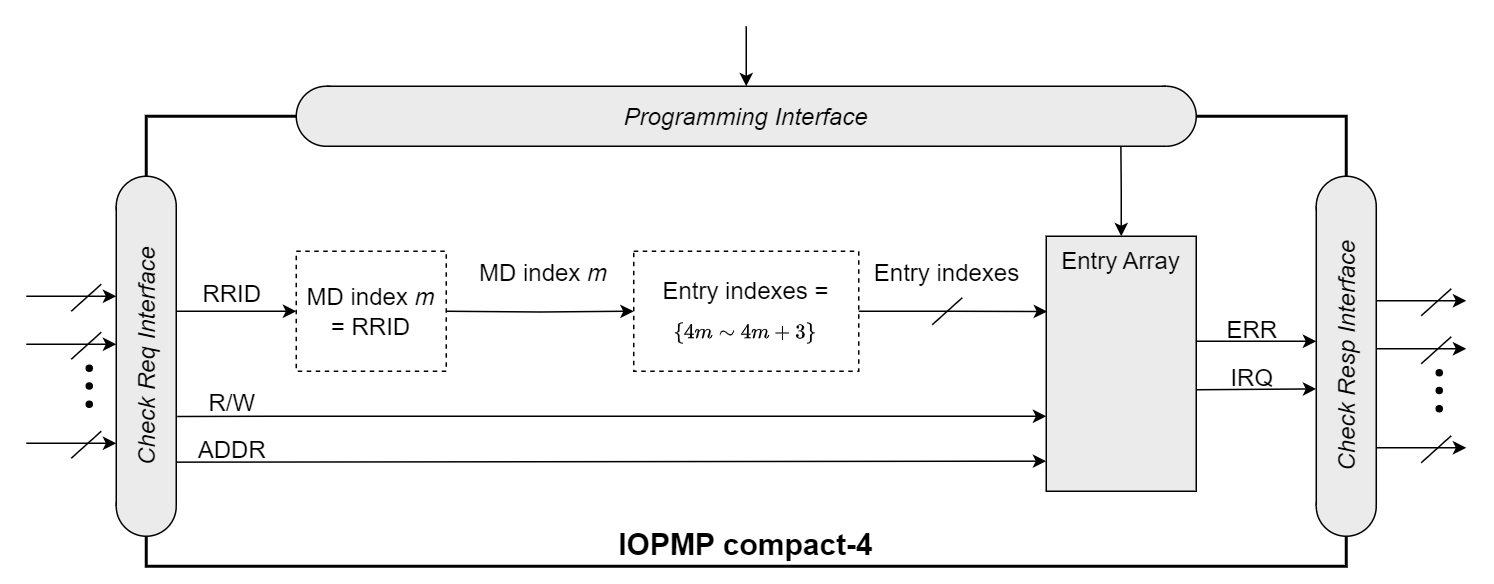
Earlier version of the draw.io export images/iopmp_unit_block_diagram_compact_4.png (riscv-non-isa/iopmp-spec). Source tidied: cells renumbered, new cells last; positions are measured from the earlier drawing's top-left corner, leaving out a move shared by most shapes.
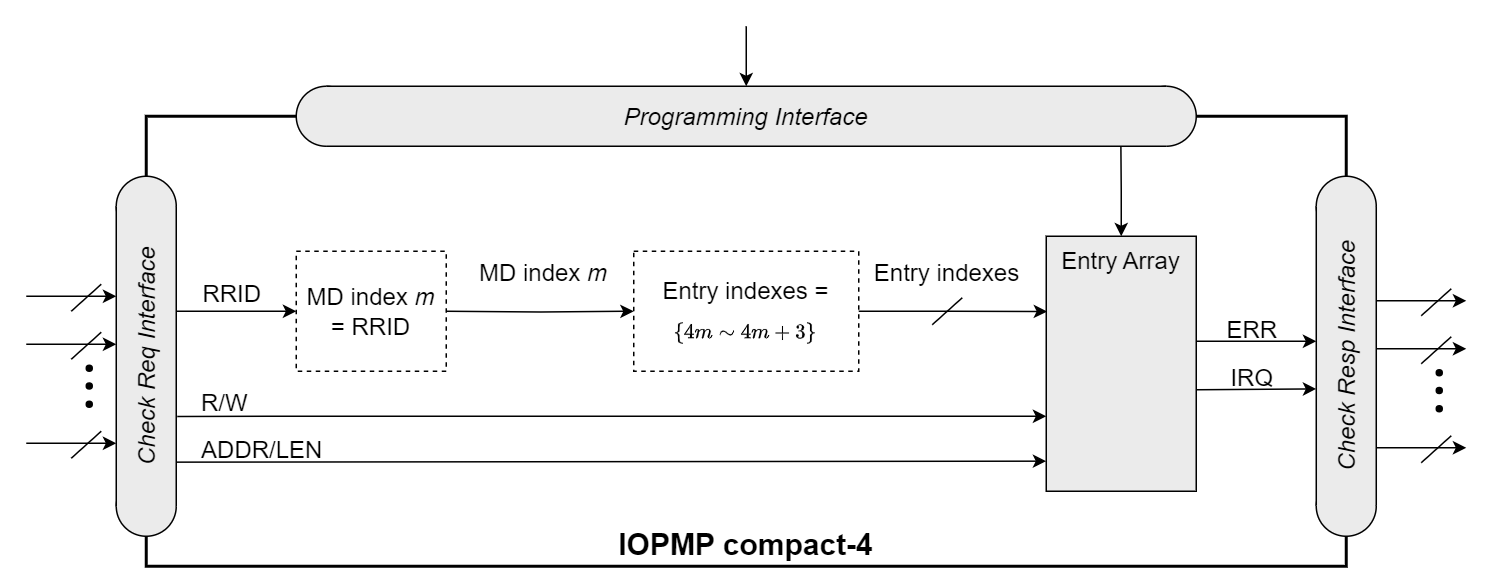
Later version of the same file.

Change to the diagram source:
```diff
@@ -172,11 +172,8 @@
       <mxGeometry x="127" y="162" width="60" height="28" as="geometry" />
     </mxCell>
     <mxCell id="41" value="&lt;font style=&quot;font-weight: normal; font-size: 16px;&quot;&gt;R/W&lt;/font&gt;" style="text;strokeColor=none;fillColor=none;html=1;fontSize=24;fontStyle=1;verticalAlign=middle;align=center;" parent="1" vertex="1">
-      <mxGeometry x="132" y="237.8" width="50" height="22" as="geometry" />
+      <mxGeometry x="127" y="237.8" width="50" height="22" as="geometry" />
     </mxCell>
-    <mxCell id="42" value="&lt;font style=&quot;font-weight: normal; font-size: 16px;&quot;&gt;ADDR&lt;/font&gt;" style="text;strokeColor=none;fillColor=none;html=1;fontSize=24;fontStyle=1;verticalAlign=middle;align=center;" parent="1" vertex="1">
-      <mxGeometry x="127" y="270" width="60" height="20" as="geometry" />
-    </mxCell>
     <mxCell id="43" value="&lt;font style=&quot;font-weight: normal; font-size: 16px;&quot;&gt;ERR&lt;/font&gt;" style="text;strokeColor=none;fillColor=none;html=1;fontSize=24;fontStyle=1;verticalAlign=middle;align=center;" parent="1" vertex="1">
       <mxGeometry x="807" y="190" width="60" height="20" as="geometry" />
     </mxCell>
@@ -201,5 +198,8 @@
     <mxCell id="49" value="&lt;font style=&quot;font-size: 16px;&quot;&gt;MD index &lt;i&gt;m &lt;/i&gt;= RRID&lt;/font&gt;" style="rounded=0;whiteSpace=wrap;html=1;verticalAlign=middle;dashed=1;" parent="1" vertex="1">
       <mxGeometry x="200" y="150" width="100" height="80" as="geometry" />
     </mxCell>
+    <mxCell id="50" value="&lt;font style=&quot;font-weight: normal; font-size: 16px;&quot;&gt;ADDR/LEN&lt;/font&gt;" style="text;strokeColor=none;fillColor=none;html=1;fontSize=24;fontStyle=1;verticalAlign=middle;align=center;" parent="1" vertex="1">
+      <mxGeometry x="127" y="270" width="100" height="20" as="geometry" />
+    </mxCell>
   </root>
 </mxGraphModel>
```
